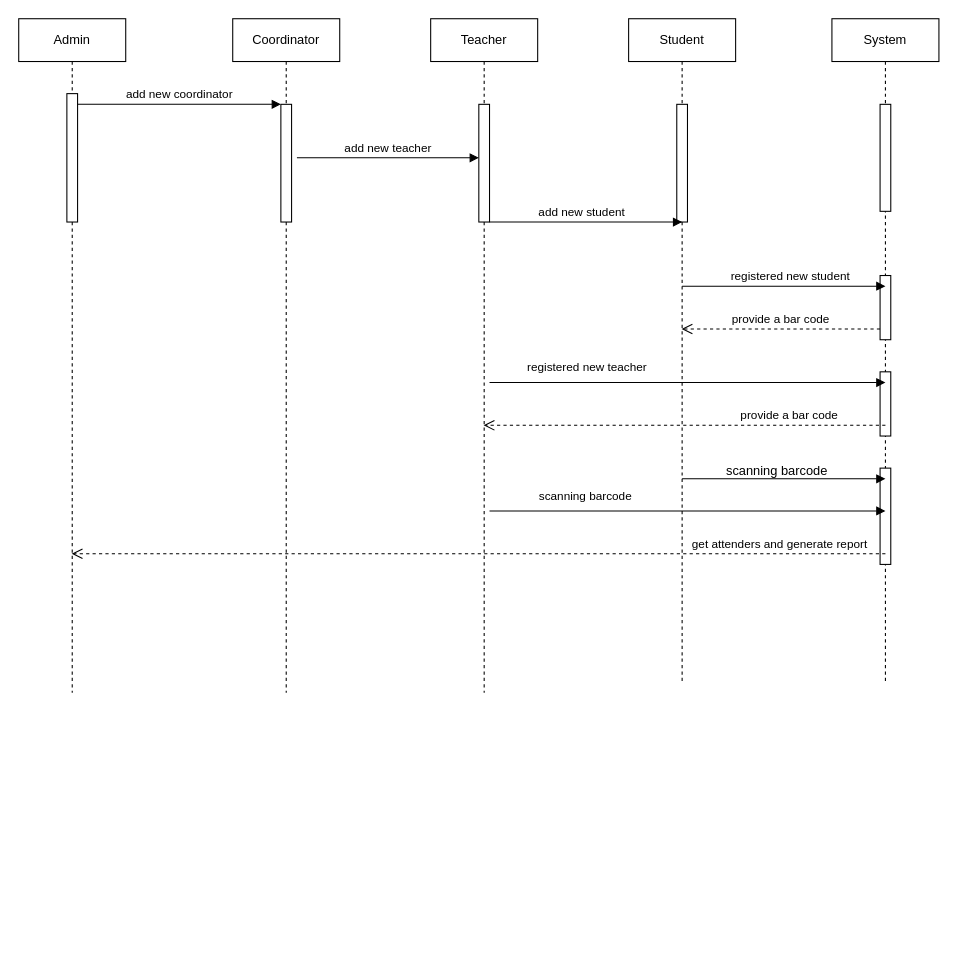
Before: sequenses diagram.drawio in Dulara-Akalanka/Group-Software-Project, a draw.io diagram. Source tidied: cells renumbered, new cells numbered last; positions are measured from the earlier drawing's top-left corner, leaving out a move shared by most shapes. Both pictures are drawn from the tidied source at 107%, with x=0, y=0 at pixel (18, 18).
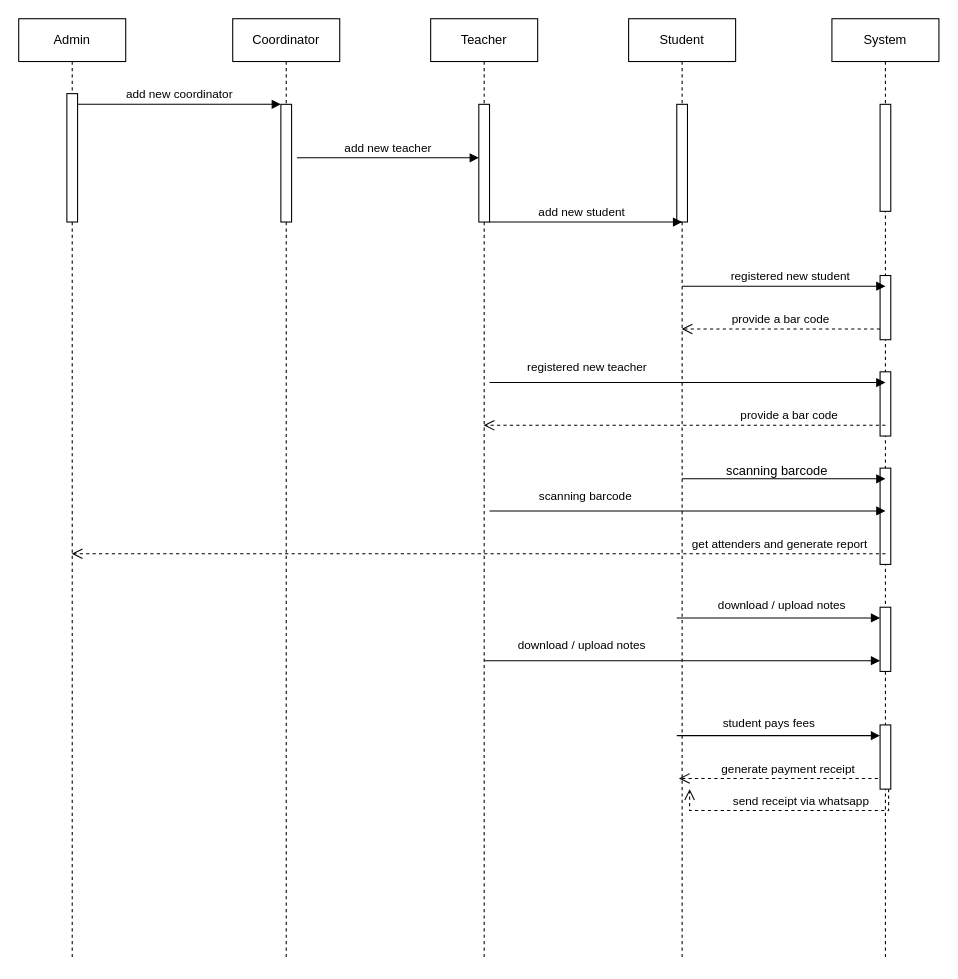
After the change.

The edit, as a diff of the source:
```diff
@@
     <mxCell id="2" value="Admin" style="shape=umlLifeline;perimeter=lifelinePerimeter;whiteSpace=wrap;html=1;outlineConnect=0;portConstraint=eastwest;newEdgeStyle={&quot;edgeStyle&quot;:&quot;elbowEdgeStyle&quot;,&quot;elbow&quot;:&quot;vertical&quot;,&quot;curved&quot;:0,&quot;rounded&quot;:0};" parent="1" vertex="1">
-      <mxGeometry width="100" height="630" as="geometry" />
+      <mxGeometry width="100" height="880" as="geometry" />
     </mxCell>
@@
     <mxCell id="4" value="Coordinator" style="shape=umlLifeline;perimeter=lifelinePerimeter;whiteSpace=wrap;html=1;newEdgeStyle={&quot;edgeStyle&quot;:&quot;elbowEdgeStyle&quot;,&quot;elbow&quot;:&quot;vertical&quot;,&quot;curved&quot;:0,&quot;rounded&quot;:0};" parent="1" vertex="1">
-      <mxGeometry x="200" width="100" height="630" as="geometry" />
+      <mxGeometry x="200" width="100" height="880" as="geometry" />
     </mxCell>
@@
     <mxCell id="7" value="Teacher" style="shape=umlLifeline;perimeter=lifelinePerimeter;whiteSpace=wrap;html=1;outlineConnect=0;portConstraint=eastwest;newEdgeStyle={&quot;edgeStyle&quot;:&quot;elbowEdgeStyle&quot;,&quot;elbow&quot;:&quot;vertical&quot;,&quot;curved&quot;:0,&quot;rounded&quot;:0};" parent="1" vertex="1">
-      <mxGeometry x="385" width="100" height="630" as="geometry" />
+      <mxGeometry x="385" width="100" height="880" as="geometry" />
     </mxCell>
@@
     <mxCell id="9" value="Student" style="shape=umlLifeline;perimeter=lifelinePerimeter;whiteSpace=wrap;html=1;outlineConnect=0;portConstraint=eastwest;newEdgeStyle={&quot;edgeStyle&quot;:&quot;elbowEdgeStyle&quot;,&quot;elbow&quot;:&quot;vertical&quot;,&quot;curved&quot;:0,&quot;rounded&quot;:0};" parent="1" vertex="1">
-      <mxGeometry x="570" width="100" height="620" as="geometry" />
+      <mxGeometry x="570" width="100" height="880" as="geometry" />
     </mxCell>
@@
     <mxCell id="11" value="System" style="shape=umlLifeline;perimeter=lifelinePerimeter;whiteSpace=wrap;html=1;newEdgeStyle={&quot;edgeStyle&quot;:&quot;elbowEdgeStyle&quot;,&quot;elbow&quot;:&quot;vertical&quot;,&quot;curved&quot;:0,&quot;rounded&quot;:0};" parent="1" vertex="1">
-      <mxGeometry x="760" width="100" height="620" as="geometry" />
+      <mxGeometry x="760" width="100" height="880" as="geometry" />
     </mxCell>
@@
+    <mxCell id="29" style="html=1;perimeter=orthogonalPerimeter;targetShapes=umlLifeline;newEdgeStyle={&quot;edgeStyle&quot;:&quot;elbowEdgeStyle&quot;,&quot;elbow&quot;:&quot;vertical&quot;,&quot;curved&quot;:0,&quot;rounded&quot;:0};" parent="11" vertex="1">
+      <mxGeometry x="45" y="550" width="10" height="60" as="geometry" />
+    </mxCell>
+    <mxCell id="30" style="html=1;perimeter=orthogonalPerimeter;targetShapes=umlLifeline;newEdgeStyle={&quot;edgeStyle&quot;:&quot;elbowEdgeStyle&quot;,&quot;elbow&quot;:&quot;vertical&quot;,&quot;curved&quot;:0,&quot;rounded&quot;:0};" parent="11" vertex="1">
+      <mxGeometry x="45" y="660" width="10" height="60" as="geometry" />
+    </mxCell>
@@
+    <mxCell id="31" style="endArrow=block;endFill=1;html=1;edgeStyle=orthogonalEdgeStyle;align=left;verticalAlign=top;rounded=0;" parent="1" edge="1">
+      <mxGeometry x="-1" relative="1" as="geometry">
+        <mxPoint x="615" y="560" as="sourcePoint" />
+        <mxPoint x="805" y="560" as="targetPoint" />
+      </mxGeometry>
+    </mxCell>
+    <mxCell id="32" value="download / upload notes" style="edgeLabel;html=1;align=center;verticalAlign=middle;" parent="1" vertex="1">
+      <mxGeometry x="539.8" y="455" as="geometry">
+        <mxPoint x="173" y="92" as="offset" />
+      </mxGeometry>
+    </mxCell>
+    <mxCell id="33" style="endArrow=block;endFill=1;html=1;edgeStyle=orthogonalEdgeStyle;align=left;verticalAlign=top;rounded=0;" parent="1" edge="1">
+      <mxGeometry x="-1" relative="1" as="geometry">
+        <mxPoint x="435" y="600" as="sourcePoint" />
+        <mxPoint x="805" y="600" as="targetPoint" />
+      </mxGeometry>
+    </mxCell>
+    <mxCell id="34" value="download / upload notes" style="edgeLabel;html=1;align=center;verticalAlign=middle;" parent="33" vertex="1">
+      <mxGeometry x="0.61" y="4" relative="1" as="geometry">
+        <mxPoint x="-208" y="-11" as="offset" />
+      </mxGeometry>
+    </mxCell>
+    <mxCell id="35" style="endArrow=block;endFill=1;html=1;edgeStyle=orthogonalEdgeStyle;align=left;verticalAlign=top;rounded=0;" parent="1" edge="1">
+      <mxGeometry x="-1" relative="1" as="geometry">
+        <mxPoint x="615" y="670" as="sourcePoint" />
+        <mxPoint x="805" y="670" as="targetPoint" />
+      </mxGeometry>
+    </mxCell>
+    <mxCell id="36" value="student pays fees" style="edgeLabel;html=1;align=center;verticalAlign=middle;" parent="1" vertex="1">
+      <mxGeometry x="539.8" y="455" as="geometry">
+        <mxPoint x="161" y="202" as="offset" />
+      </mxGeometry>
+    </mxCell>
+    <mxCell id="37" value="generate payment receipt" style="html=1;verticalAlign=bottom;endArrow=open;dashed=1;endSize=8;edgeStyle=elbowEdgeStyle;elbow=vertical;curved=0;rounded=0;" parent="1" edge="1">
+      <mxGeometry x="-0.1" relative="1" as="geometry">
+        <mxPoint x="803" y="710" as="sourcePoint" />
+        <mxPoint x="617" y="710" as="targetPoint" />
+        <Array as="points">
+          <mxPoint x="748" y="710" />
+        </Array>
+      </mxGeometry>
+    </mxCell>
+    <mxCell id="38" value="send receipt via whatsapp" style="html=1;verticalAlign=bottom;endArrow=open;dashed=1;endSize=8;edgeStyle=elbowEdgeStyle;elbow=vertical;curved=0;rounded=0;" parent="1" edge="1">
+      <mxGeometry x="-0.1" relative="1" as="geometry">
+        <mxPoint x="813" y="720" as="sourcePoint" />
+        <mxPoint x="627" y="720" as="targetPoint" />
+        <Array as="points">
+          <mxPoint x="750" y="740" />
+        </Array>
+      </mxGeometry>
+    </mxCell>
```
